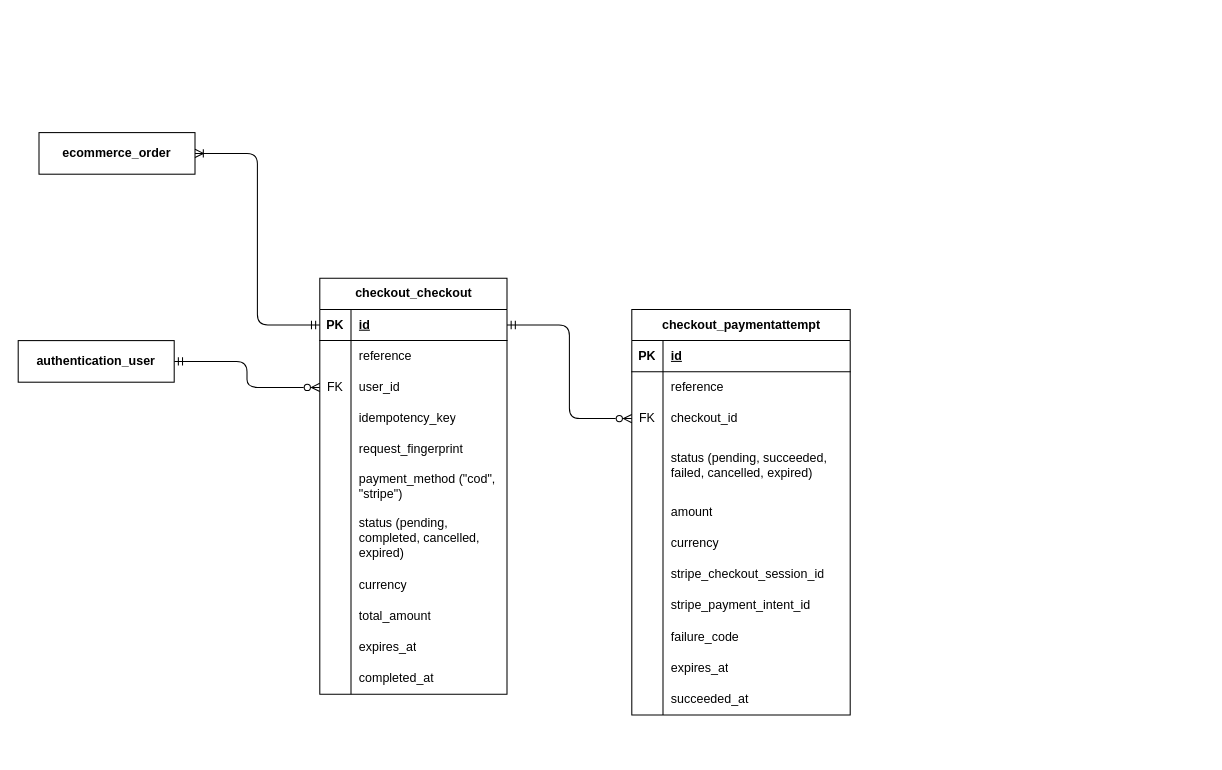
Above: page "Checkout" (8 of 10) of diagrams/erd/e-commerce-entity-relationship-diagram.drawio in RHILIUS/E-Commerce-Docs (draw.io), before the change. Source tidied: cells renumbered, new cells numbered last; positions are measured from the earlier drawing's top-left corner, leaving out a move shared by most shapes. Both pictures are drawn from the tidied source at 104%, with x=0, y=0 at pixel (18, 132).
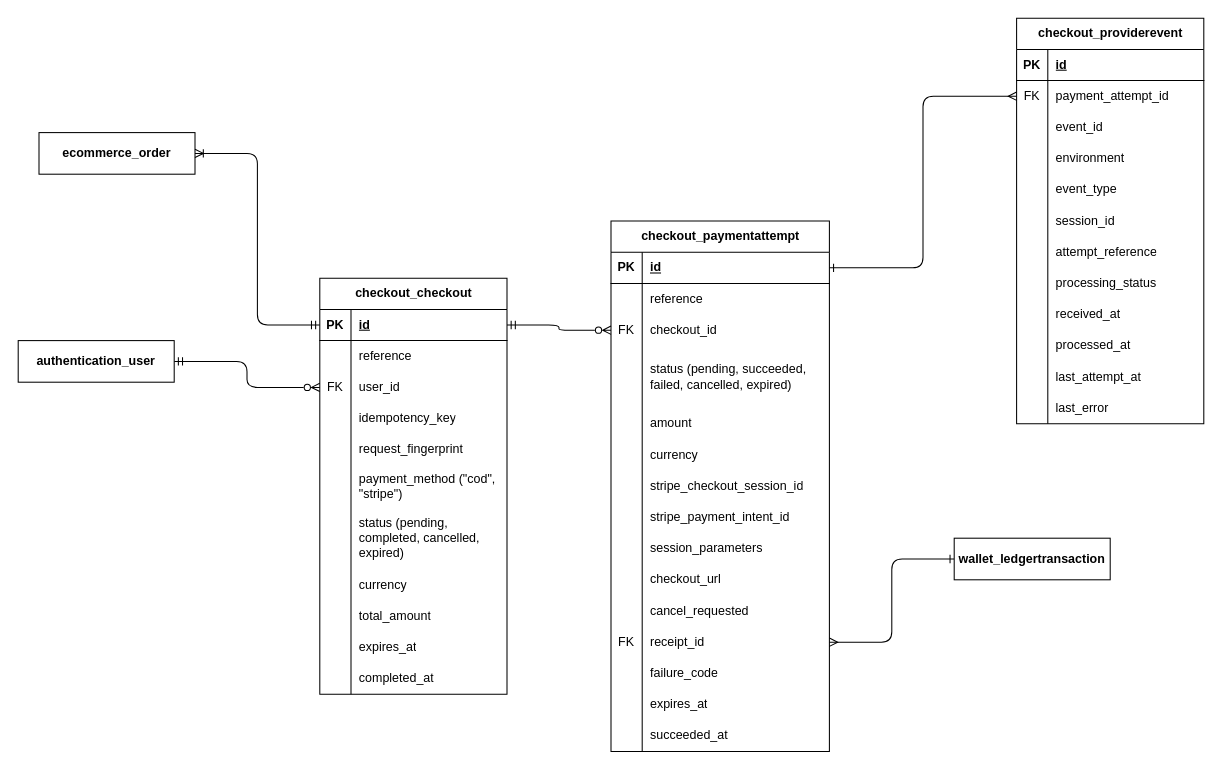
After the change.

Commit message:
feat(erd-checkout): update checkout models with additional fields

Unchanged cells that the change refers to:
```xml
<mxCell id="39" style="shape=tableRow;horizontal=0;startSize=0;swimlaneHead=0;swimlaneBody=0;fillColor=none;points=[[0,0.5],[1,0.5]];portConstraint=eastwest;top=0;left=0;right=0;bottom=1;" parent="38" vertex="1">
  <mxGeometry y="30" width="210" height="30" as="geometry" />
</mxCell>
```

What changed in the source:
```diff
@@
     <mxCell id="38" value="checkout_paymentattempt" style="shape=table;startSize=30;childLayout=tableLayout;rowLines=0;fontStyle=1;align=center;html=1;" parent="1" vertex="1">
-      <mxGeometry x="590" y="170" width="210" height="390" as="geometry" />
+      <mxGeometry x="570" y="85" width="210" height="510" as="geometry" />
     </mxCell>
@@
+    <mxCell id="75" style="shape=tableRow;horizontal=0;startSize=0;swimlaneHead=0;swimlaneBody=0;fillColor=none;top=0;left=0;right=0;bottom=0;" parent="38" vertex="1">
+      <mxGeometry y="300" width="210" height="30" as="geometry" />
+    </mxCell>
+    <mxCell id="76" style="shape=partialRectangle;fillColor=none;top=0;left=0;bottom=0;right=0;overflow=hidden;whiteSpace=wrap;html=1;" parent="75" vertex="1">
+      <mxGeometry width="30" height="30" as="geometry" />
+    </mxCell>
+    <mxCell id="77" value="session_parameters" style="shape=partialRectangle;fillColor=none;top=0;left=0;bottom=0;right=0;align=left;spacingLeft=6;overflow=hidden;whiteSpace=wrap;html=1;" parent="75" vertex="1">
+      <mxGeometry x="30" width="180" height="30" as="geometry" />
+    </mxCell>
+    <mxCell id="78" style="shape=tableRow;horizontal=0;startSize=0;swimlaneHead=0;swimlaneBody=0;fillColor=none;top=0;left=0;right=0;bottom=0;" parent="38" vertex="1">
+      <mxGeometry y="330" width="210" height="30" as="geometry" />
+    </mxCell>
+    <mxCell id="79" style="shape=partialRectangle;fillColor=none;top=0;left=0;bottom=0;right=0;overflow=hidden;whiteSpace=wrap;html=1;" parent="78" vertex="1">
+      <mxGeometry width="30" height="30" as="geometry" />
+    </mxCell>
+    <mxCell id="80" value="checkout_url" style="shape=partialRectangle;fillColor=none;top=0;left=0;bottom=0;right=0;align=left;spacingLeft=6;overflow=hidden;whiteSpace=wrap;html=1;" parent="78" vertex="1">
+      <mxGeometry x="30" width="180" height="30" as="geometry" />
+    </mxCell>
+    <mxCell id="81" style="shape=tableRow;horizontal=0;startSize=0;swimlaneHead=0;swimlaneBody=0;fillColor=none;top=0;left=0;right=0;bottom=0;" parent="38" vertex="1">
+      <mxGeometry y="360" width="210" height="30" as="geometry" />
+    </mxCell>
+    <mxCell id="82" style="shape=partialRectangle;fillColor=none;top=0;left=0;bottom=0;right=0;overflow=hidden;whiteSpace=wrap;html=1;" parent="81" vertex="1">
+      <mxGeometry width="30" height="30" as="geometry" />
+    </mxCell>
+    <mxCell id="83" value="cancel_requested" style="shape=partialRectangle;fillColor=none;top=0;left=0;bottom=0;right=0;align=left;spacingLeft=6;overflow=hidden;whiteSpace=wrap;html=1;" parent="81" vertex="1">
+      <mxGeometry x="30" width="180" height="30" as="geometry" />
+    </mxCell>
+    <mxCell id="84" style="shape=tableRow;horizontal=0;startSize=0;swimlaneHead=0;swimlaneBody=0;fillColor=none;points=[[0,0.5],[1,0.5]];portConstraint=eastwest;top=0;left=0;right=0;bottom=0;" parent="38" vertex="1">
+      <mxGeometry y="390" width="210" height="30" as="geometry" />
+    </mxCell>
+    <mxCell id="85" value="FK" style="shape=partialRectangle;fillColor=none;top=0;left=0;bottom=0;right=0;overflow=hidden;whiteSpace=wrap;html=1;" parent="84" vertex="1">
+      <mxGeometry width="30" height="30" as="geometry" />
+    </mxCell>
+    <mxCell id="86" value="receipt_id" style="shape=partialRectangle;fillColor=none;top=0;left=0;bottom=0;right=0;align=left;spacingLeft=6;overflow=hidden;whiteSpace=wrap;html=1;" parent="84" vertex="1">
+      <mxGeometry x="30" width="180" height="30" as="geometry" />
+    </mxCell>
     <mxCell id="63" style="shape=tableRow;horizontal=0;startSize=0;swimlaneHead=0;swimlaneBody=0;fillColor=none;top=0;left=0;right=0;bottom=0;" parent="38" vertex="1">
-      <mxGeometry y="300" width="210" height="30" as="geometry" />
+      <mxGeometry y="420" width="210" height="30" as="geometry" />
     </mxCell>
@@
     <mxCell id="66" style="shape=tableRow;horizontal=0;startSize=0;swimlaneHead=0;swimlaneBody=0;fillColor=none;top=0;left=0;right=0;bottom=0;" parent="38" vertex="1">
-      <mxGeometry y="330" width="210" height="30" as="geometry" />
+      <mxGeometry y="450" width="210" height="30" as="geometry" />
     </mxCell>
@@
     <mxCell id="69" style="shape=tableRow;horizontal=0;startSize=0;swimlaneHead=0;swimlaneBody=0;fillColor=none;top=0;left=0;right=0;bottom=0;" parent="38" vertex="1">
-      <mxGeometry y="360" width="210" height="30" as="geometry" />
+      <mxGeometry y="480" width="210" height="30" as="geometry" />
     </mxCell>
@@
+    <mxCell id="87" style="edgeStyle=orthogonalEdgeStyle;html=1;entryX=1;entryY=0.5;entryDx=0;entryDy=0;exitX=0;exitY=0.5;exitDx=0;exitDy=0;endArrow=ERmany;endFill=0;startArrow=ERone;startFill=0;" parent="1" edge="1" source="88" target="84">
+      <mxGeometry relative="1" as="geometry" />
+    </mxCell>
+    <mxCell id="88" value="&lt;b&gt;wallet_ledgertransaction&lt;/b&gt;" style="whiteSpace=wrap;html=1;align=center;" parent="1" vertex="1">
+      <mxGeometry x="900" y="390" width="150" height="40" as="geometry" />
+    </mxCell>
+    <mxCell id="89" value="checkout_providerevent" style="shape=table;startSize=30;childLayout=tableLayout;rowLines=0;fontStyle=1;align=center;html=1;" parent="1" vertex="1">
+      <mxGeometry x="960" y="-110" width="180" height="390" as="geometry" />
+    </mxCell>
+    <mxCell id="90" style="shape=tableRow;horizontal=0;startSize=0;swimlaneHead=0;swimlaneBody=0;fillColor=none;top=0;left=0;right=0;bottom=1;" parent="89" vertex="1">
+      <mxGeometry y="30" width="180" height="30" as="geometry" />
+    </mxCell>
+    <mxCell id="91" value="PK" style="shape=partialRectangle;fillColor=none;top=0;left=0;bottom=0;right=0;fontStyle=1;overflow=hidden;whiteSpace=wrap;html=1;" parent="90" vertex="1">
+      <mxGeometry width="30" height="30" as="geometry" />
+    </mxCell>
+    <mxCell id="92" value="id" style="shape=partialRectangle;fillColor=none;top=0;left=0;bottom=0;right=0;align=left;spacingLeft=6;fontStyle=5;overflow=hidden;whiteSpace=wrap;html=1;" parent="90" vertex="1">
+      <mxGeometry x="30" width="150" height="30" as="geometry" />
+    </mxCell>
+    <mxCell id="93" style="shape=tableRow;horizontal=0;startSize=0;swimlaneHead=0;swimlaneBody=0;fillColor=none;points=[[0,0.5],[1,0.5]];portConstraint=eastwest;top=0;left=0;right=0;bottom=0;" parent="89" vertex="1">
+      <mxGeometry y="60" width="180" height="30" as="geometry" />
+    </mxCell>
+    <mxCell id="94" value="FK" style="shape=partialRectangle;fillColor=none;top=0;left=0;bottom=0;right=0;overflow=hidden;whiteSpace=wrap;html=1;" parent="93" vertex="1">
+      <mxGeometry width="30" height="30" as="geometry" />
+    </mxCell>
+    <mxCell id="95" value="payment_attempt_id" style="shape=partialRectangle;fillColor=none;top=0;left=0;bottom=0;right=0;align=left;spacingLeft=6;overflow=hidden;whiteSpace=wrap;html=1;" parent="93" vertex="1">
+      <mxGeometry x="30" width="150" height="30" as="geometry" />
+    </mxCell>
+    <mxCell id="96" style="shape=tableRow;horizontal=0;startSize=0;swimlaneHead=0;swimlaneBody=0;fillColor=none;top=0;left=0;right=0;bottom=0;" parent="89" vertex="1">
+      <mxGeometry y="90" width="180" height="30" as="geometry" />
+    </mxCell>
+    <mxCell id="97" style="shape=partialRectangle;fillColor=none;top=0;left=0;bottom=0;right=0;overflow=hidden;whiteSpace=wrap;html=1;" parent="96" vertex="1">
+      <mxGeometry width="30" height="30" as="geometry" />
+    </mxCell>
+    <mxCell id="98" value="event_id" style="shape=partialRectangle;fillColor=none;top=0;left=0;bottom=0;right=0;align=left;spacingLeft=6;overflow=hidden;whiteSpace=wrap;html=1;" parent="96" vertex="1">
+      <mxGeometry x="30" width="150" height="30" as="geometry" />
+    </mxCell>
+    <mxCell id="99" style="shape=tableRow;horizontal=0;startSize=0;swimlaneHead=0;swimlaneBody=0;fillColor=none;top=0;left=0;right=0;bottom=0;" parent="89" vertex="1">
+      <mxGeometry y="120" width="180" height="30" as="geometry" />
+    </mxCell>
+    <mxCell id="100" style="shape=partialRectangle;fillColor=none;top=0;left=0;bottom=0;right=0;overflow=hidden;whiteSpace=wrap;html=1;" parent="99" vertex="1">
+      <mxGeometry width="30" height="30" as="geometry" />
+    </mxCell>
+    <mxCell id="101" value="environment" style="shape=partialRectangle;fillColor=none;top=0;left=0;bottom=0;right=0;align=left;spacingLeft=6;overflow=hidden;whiteSpace=wrap;html=1;" parent="99" vertex="1">
+      <mxGeometry x="30" width="150" height="30" as="geometry" />
+    </mxCell>
+    <mxCell id="102" style="shape=tableRow;horizontal=0;startSize=0;swimlaneHead=0;swimlaneBody=0;fillColor=none;top=0;left=0;right=0;bottom=0;" parent="89" vertex="1">
+      <mxGeometry y="150" width="180" height="30" as="geometry" />
+    </mxCell>
+    <mxCell id="103" style="shape=partialRectangle;fillColor=none;top=0;left=0;bottom=0;right=0;overflow=hidden;whiteSpace=wrap;html=1;" parent="102" vertex="1">
+      <mxGeometry width="30" height="30" as="geometry" />
+    </mxCell>
+    <mxCell id="104" value="event_type" style="shape=partialRectangle;fillColor=none;top=0;left=0;bottom=0;right=0;align=left;spacingLeft=6;overflow=hidden;whiteSpace=wrap;html=1;" parent="102" vertex="1">
+      <mxGeometry x="30" width="150" height="30" as="geometry" />
+    </mxCell>
+    <mxCell id="105" style="shape=tableRow;horizontal=0;startSize=0;swimlaneHead=0;swimlaneBody=0;fillColor=none;top=0;left=0;right=0;bottom=0;" parent="89" vertex="1">
+      <mxGeometry y="180" width="180" height="30" as="geometry" />
+    </mxCell>
+    <mxCell id="106" style="shape=partialRectangle;fillColor=none;top=0;left=0;bottom=0;right=0;overflow=hidden;whiteSpace=wrap;html=1;" parent="105" vertex="1">
+      <mxGeometry width="30" height="30" as="geometry" />
+    </mxCell>
+    <mxCell id="107" value="session_id" style="shape=partialRectangle;fillColor=none;top=0;left=0;bottom=0;right=0;align=left;spacingLeft=6;overflow=hidden;whiteSpace=wrap;html=1;" parent="105" vertex="1">
+      <mxGeometry x="30" width="150" height="30" as="geometry" />
+    </mxCell>
+    <mxCell id="108" style="shape=tableRow;horizontal=0;startSize=0;swimlaneHead=0;swimlaneBody=0;fillColor=none;top=0;left=0;right=0;bottom=0;" parent="89" vertex="1">
+      <mxGeometry y="210" width="180" height="30" as="geometry" />
+    </mxCell>
+    <mxCell id="109" style="shape=partialRectangle;fillColor=none;top=0;left=0;bottom=0;right=0;overflow=hidden;whiteSpace=wrap;html=1;" parent="108" vertex="1">
+      <mxGeometry width="30" height="30" as="geometry" />
+    </mxCell>
+    <mxCell id="110" value="attempt_reference" style="shape=partialRectangle;fillColor=none;top=0;left=0;bottom=0;right=0;align=left;spacingLeft=6;overflow=hidden;whiteSpace=wrap;html=1;" parent="108" vertex="1">
+      <mxGeometry x="30" width="150" height="30" as="geometry" />
+    </mxCell>
+    <mxCell id="111" style="shape=tableRow;horizontal=0;startSize=0;swimlaneHead=0;swimlaneBody=0;fillColor=none;top=0;left=0;right=0;bottom=0;" parent="89" vertex="1">
+      <mxGeometry y="240" width="180" height="30" as="geometry" />
+    </mxCell>
+    <mxCell id="112" style="shape=partialRectangle;fillColor=none;top=0;left=0;bottom=0;right=0;overflow=hidden;whiteSpace=wrap;html=1;" parent="111" vertex="1">
+      <mxGeometry width="30" height="30" as="geometry" />
+    </mxCell>
+    <mxCell id="113" value="processing_status" style="shape=partialRectangle;fillColor=none;top=0;left=0;bottom=0;right=0;align=left;spacingLeft=6;overflow=hidden;whiteSpace=wrap;html=1;" parent="111" vertex="1">
+      <mxGeometry x="30" width="150" height="30" as="geometry" />
+    </mxCell>
+    <mxCell id="114" style="shape=tableRow;horizontal=0;startSize=0;swimlaneHead=0;swimlaneBody=0;fillColor=none;top=0;left=0;right=0;bottom=0;" parent="89" vertex="1">
+      <mxGeometry y="270" width="180" height="30" as="geometry" />
+    </mxCell>
+    <mxCell id="115" style="shape=partialRectangle;fillColor=none;top=0;left=0;bottom=0;right=0;overflow=hidden;whiteSpace=wrap;html=1;" parent="114" vertex="1">
+      <mxGeometry width="30" height="30" as="geometry" />
+    </mxCell>
+    <mxCell id="116" value="received_at" style="shape=partialRectangle;fillColor=none;top=0;left=0;bottom=0;right=0;align=left;spacingLeft=6;overflow=hidden;whiteSpace=wrap;html=1;" parent="114" vertex="1">
+      <mxGeometry x="30" width="150" height="30" as="geometry" />
+    </mxCell>
+    <mxCell id="117" style="shape=tableRow;horizontal=0;startSize=0;swimlaneHead=0;swimlaneBody=0;fillColor=none;top=0;left=0;right=0;bottom=0;" parent="89" vertex="1">
+      <mxGeometry y="300" width="180" height="30" as="geometry" />
+    </mxCell>
+    <mxCell id="118" style="shape=partialRectangle;fillColor=none;top=0;left=0;bottom=0;right=0;overflow=hidden;whiteSpace=wrap;html=1;" parent="117" vertex="1">
+      <mxGeometry width="30" height="30" as="geometry" />
+    </mxCell>
+    <mxCell id="119" value="processed_at" style="shape=partialRectangle;fillColor=none;top=0;left=0;bottom=0;right=0;align=left;spacingLeft=6;overflow=hidden;whiteSpace=wrap;html=1;" parent="117" vertex="1">
+      <mxGeometry x="30" width="150" height="30" as="geometry" />
+    </mxCell>
+    <mxCell id="120" style="shape=tableRow;horizontal=0;startSize=0;swimlaneHead=0;swimlaneBody=0;fillColor=none;top=0;left=0;right=0;bottom=0;" parent="89" vertex="1">
+      <mxGeometry y="330" width="180" height="30" as="geometry" />
+    </mxCell>
+    <mxCell id="121" style="shape=partialRectangle;fillColor=none;top=0;left=0;bottom=0;right=0;overflow=hidden;whiteSpace=wrap;html=1;" parent="120" vertex="1">
+      <mxGeometry width="30" height="30" as="geometry" />
+    </mxCell>
+    <mxCell id="122" value="last_attempt_at" style="shape=partialRectangle;fillColor=none;top=0;left=0;bottom=0;right=0;align=left;spacingLeft=6;overflow=hidden;whiteSpace=wrap;html=1;" parent="120" vertex="1">
+      <mxGeometry x="30" width="150" height="30" as="geometry" />
+    </mxCell>
+    <mxCell id="123" style="shape=tableRow;horizontal=0;startSize=0;swimlaneHead=0;swimlaneBody=0;fillColor=none;top=0;left=0;right=0;bottom=0;" parent="89" vertex="1">
+      <mxGeometry y="360" width="180" height="30" as="geometry" />
+    </mxCell>
+    <mxCell id="124" style="shape=partialRectangle;fillColor=none;top=0;left=0;bottom=0;right=0;overflow=hidden;whiteSpace=wrap;html=1;" parent="123" vertex="1">
+      <mxGeometry width="30" height="30" as="geometry" />
+    </mxCell>
+    <mxCell id="125" value="last_error" style="shape=partialRectangle;fillColor=none;top=0;left=0;bottom=0;right=0;align=left;spacingLeft=6;overflow=hidden;whiteSpace=wrap;html=1;" parent="123" vertex="1">
+      <mxGeometry x="30" width="150" height="30" as="geometry" />
+    </mxCell>
+    <mxCell id="126" style="edgeStyle=orthogonalEdgeStyle;html=1;entryX=0;entryY=0.5;entryDx=0;entryDy=0;exitX=1;exitY=0.5;exitDx=0;exitDy=0;endArrow=ERmany;endFill=0;startArrow=ERone;startFill=0;" parent="1" edge="1" source="39" target="93">
+      <mxGeometry relative="1" as="geometry" />
+    </mxCell>
```
